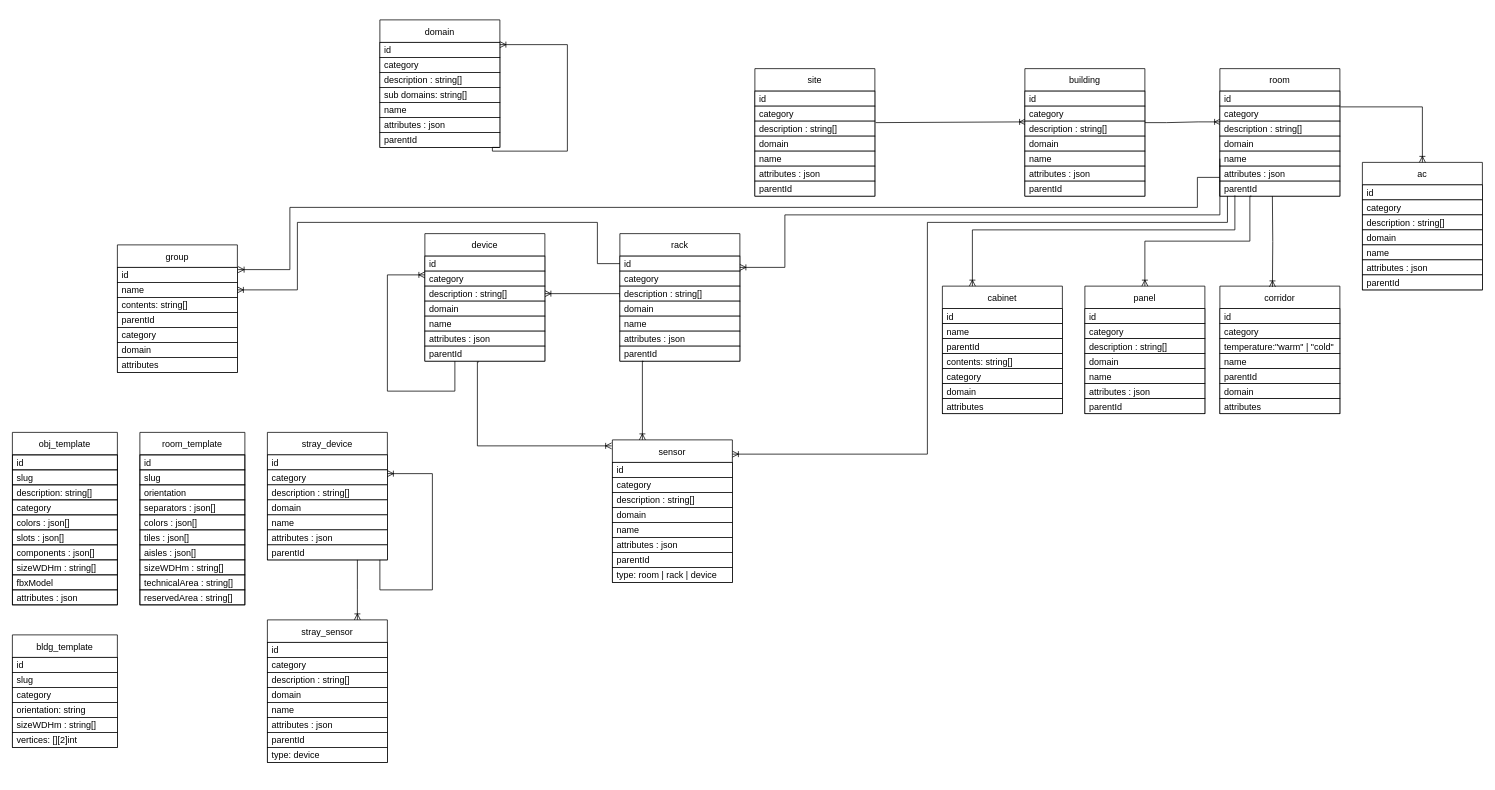
The draw.io diagram resources/diagrams/DB.drawio in ditrit/OGrEE-Core, before the edit. Source tidied: cells renumbered, new cells numbered last; positions are measured from the earlier drawing's top-left corner, leaving out a move shared by most shapes. Both pictures are drawn from the tidied source at 75%, with x=0, y=0 at pixel (12, 20).
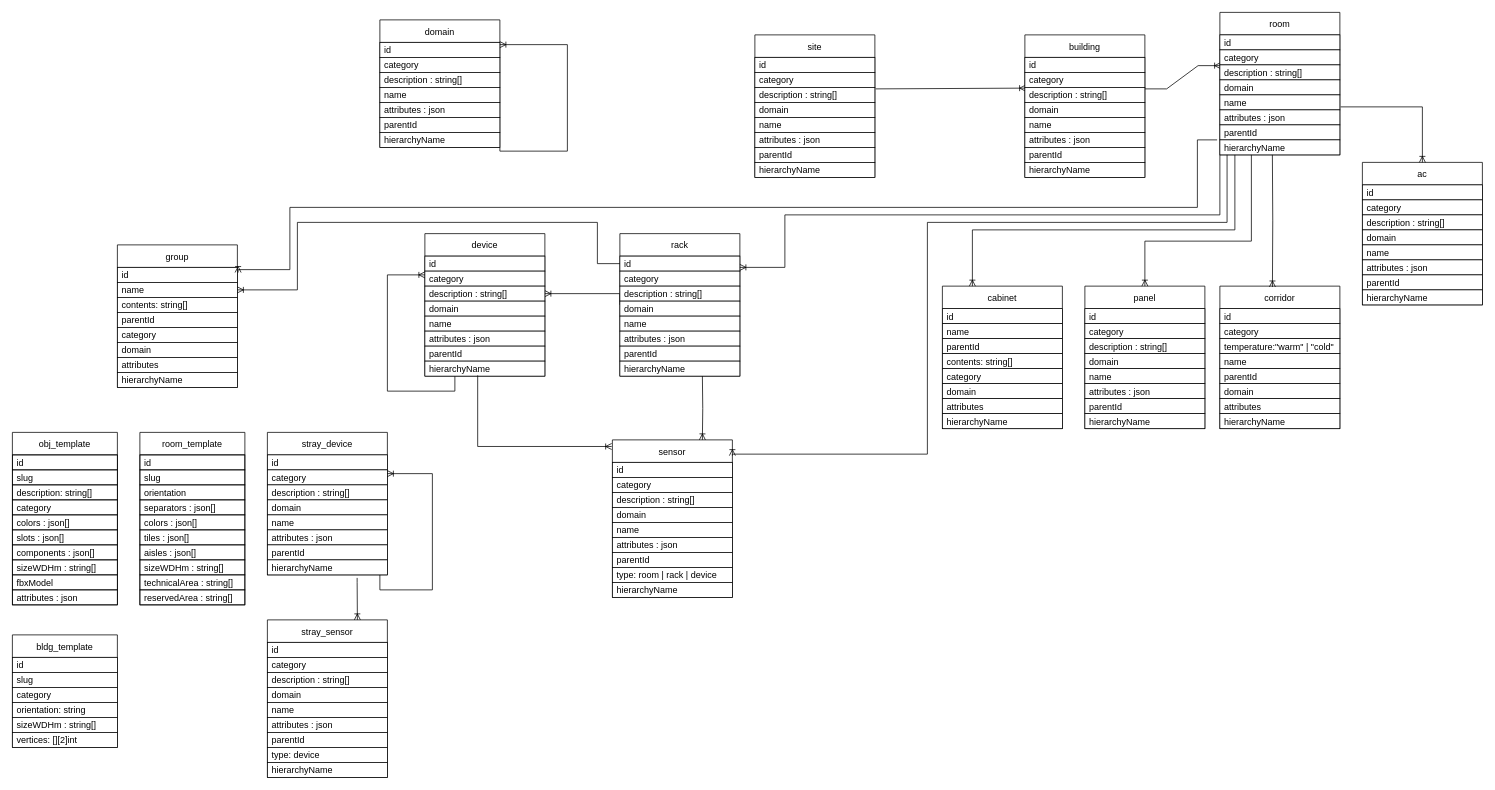
After the change.

Unchanged cells that the change refers to:
```xml
<mxCell id="33" value="category" style="text;strokeColor=default;fillColor=default;align=left;verticalAlign=middle;spacingLeft=4;spacingRight=4;overflow=hidden;points=[[0,0.5],[1,0.5]];portConstraint=eastwest;fontColor=default;" parent="31" vertex="1">
  <mxGeometry y="50" width="160" height="20" as="geometry" />
</mxCell>
<mxCell id="36" value="name" style="text;strokeColor=default;fillColor=default;align=left;verticalAlign=middle;spacingLeft=4;spacingRight=4;overflow=hidden;points=[[0,0.5],[1,0.5]];portConstraint=eastwest;fontColor=default;" parent="31" vertex="1">
  <mxGeometry y="110" width="160" height="20" as="geometry" />
</mxCell>
<mxCell id="41" value="parentId" style="text;strokeColor=default;fillColor=default;align=left;verticalAlign=middle;spacingLeft=4;spacingRight=4;overflow=hidden;points=[[0,0.5],[1,0.5]];portConstraint=eastwest;fontColor=default;" parent="31" vertex="1">
  <mxGeometry y="150" width="160" height="20" as="geometry" />
</mxCell>
<mxCell id="50" value="parentId" style="text;strokeColor=default;fillColor=default;align=left;verticalAlign=middle;spacingLeft=4;spacingRight=4;overflow=hidden;points=[[0,0.5],[1,0.5]];portConstraint=eastwest;fontColor=default;" parent="43" vertex="1">
  <mxGeometry y="150" width="160" height="20" as="geometry" />
</mxCell>
<mxCell id="58" value="parentId" style="text;strokeColor=default;fillColor=default;align=left;verticalAlign=middle;spacingLeft=4;spacingRight=4;overflow=hidden;points=[[0,0.5],[1,0.5]];portConstraint=eastwest;fontColor=default;" parent="51" vertex="1">
  <mxGeometry y="150" width="160" height="20" as="geometry" />
</mxCell>
<mxCell id="163" value="domain" style="swimlane;fontStyle=0;horizontal=1;startSize=30;fillColor=default;strokeColor=default;fontColor=default;" parent="1" vertex="1">
  <mxGeometry x="490" width="160" height="170" as="geometry" />
</mxCell>
<mxCell id="164" value="id" style="text;strokeColor=default;fillColor=default;align=left;verticalAlign=middle;spacingLeft=4;spacingRight=4;overflow=hidden;points=[[0,0.5],[1,0.5]];portConstraint=eastwest;fontColor=default;" parent="163" vertex="1">
  <mxGeometry y="30" width="160" height="20" as="geometry" />
</mxCell>
```

Diff of the diagram source:
```diff
@@
     <mxCell id="15" value="site" style="swimlane;fontStyle=0;horizontal=1;startSize=30;fillColor=default;strokeColor=default;fontColor=default;" parent="1" vertex="1">
-      <mxGeometry x="990" y="65" width="160" height="170" as="geometry" />
+      <mxGeometry x="990" y="20" width="160" height="190" as="geometry" />
     </mxCell>
@@
+    <mxCell id="172" value="hierarchyName" style="text;strokeColor=default;fillColor=default;align=left;verticalAlign=middle;spacingLeft=4;spacingRight=4;overflow=hidden;fontColor=default;" parent="15" vertex="1">
+      <mxGeometry y="170" width="160" height="20" as="geometry" />
+    </mxCell>
     <mxCell id="23" value="building" style="swimlane;fontStyle=0;horizontal=1;startSize=30;fillColor=default;strokeColor=default;fontColor=default;" parent="1" vertex="1">
-      <mxGeometry x="1350" y="65" width="160" height="170" as="geometry" />
+      <mxGeometry x="1350" y="20" width="160" height="190" as="geometry" />
     </mxCell>
@@
+    <mxCell id="173" value="hierarchyName" style="text;strokeColor=default;fillColor=default;align=left;verticalAlign=middle;spacingLeft=4;spacingRight=4;overflow=hidden;fontColor=default;" parent="23" vertex="1">
+      <mxGeometry y="170" width="160" height="20" as="geometry" />
+    </mxCell>
     <mxCell id="31" value="room" style="swimlane;fontStyle=0;horizontal=1;startSize=30;fillColor=default;strokeColor=default;fontColor=default;" parent="1" vertex="1">
-      <mxGeometry x="1610" y="65" width="160" height="170" as="geometry" />
+      <mxGeometry x="1610" y="-10" width="160" height="190" as="geometry" />
     </mxCell>
@@
+    <mxCell id="174" value="hierarchyName" style="text;strokeColor=default;fillColor=default;align=left;verticalAlign=middle;spacingLeft=4;spacingRight=4;overflow=hidden;points=[[0,0.5],[1,0.5]];portConstraint=eastwest;fontColor=default;" parent="31" vertex="1">
+      <mxGeometry y="170" width="160" height="20" as="geometry" />
+    </mxCell>
@@
     <mxCell id="43" value="rack" style="swimlane;fontStyle=0;horizontal=1;startSize=30;fillColor=default;strokeColor=default;fontColor=default;" parent="1" vertex="1">
-      <mxGeometry x="810" y="285" width="160" height="170" as="geometry" />
+      <mxGeometry x="810" y="285" width="160" height="190" as="geometry" />
     </mxCell>
@@
+    <mxCell id="175" value="hierarchyName" style="text;strokeColor=default;fillColor=default;align=left;verticalAlign=middle;spacingLeft=4;spacingRight=4;overflow=hidden;fontColor=default;" parent="43" vertex="1">
+      <mxGeometry y="170" width="160" height="20" as="geometry" />
+    </mxCell>
     <mxCell id="51" value="device" style="swimlane;fontStyle=0;horizontal=1;startSize=30;fillColor=default;strokeColor=default;fontColor=default;" parent="1" vertex="1">
-      <mxGeometry x="550" y="285" width="160" height="170" as="geometry" />
+      <mxGeometry x="550" y="285" width="160" height="190" as="geometry" />
     </mxCell>
@@
+    <mxCell id="176" value="hierarchyName" style="text;strokeColor=default;fillColor=default;align=left;verticalAlign=middle;spacingLeft=4;spacingRight=4;overflow=hidden;points=[[0,0.5],[1,0.5]];portConstraint=eastwest;fontColor=default;" parent="51" vertex="1">
+      <mxGeometry y="170" width="160" height="20" as="geometry" />
+    </mxCell>
-    <mxCell id="60" style="endArrow=ERoneToMany;html=1;rounded=0;labelBackgroundColor=default;fontColor=default;strokeColor=default;edgeStyle=orthogonalEdgeStyle;endFill=0;exitX=0;exitY=0.5;exitDx=0;exitDy=0;" parent="1" edge="1" source="36">
+    <mxCell id="60" style="endArrow=ERoneToMany;html=1;rounded=0;labelBackgroundColor=default;fontColor=default;strokeColor=default;edgeStyle=orthogonalEdgeStyle;endFill=0;" parent="1" edge="1">
       <mxGeometry relative="1" as="geometry">
+        <mxPoint x="1610" y="180" as="sourcePoint" />
         <mxPoint x="970" y="330" as="targetPoint" />
         <Array as="points">
           <mxPoint x="1610" y="260" />
           <mxPoint x="1030" y="260" />
           <mxPoint x="1030" y="330" />
         </Array>
       </mxGeometry>
     </mxCell>
@@
     <mxCell id="72" value="sensor" style="swimlane;fontStyle=0;horizontal=1;startSize=30;fillColor=default;strokeColor=default;fontColor=default;" parent="1" vertex="1">
-      <mxGeometry x="800" y="560" width="160" height="190" as="geometry" />
+      <mxGeometry x="800" y="560" width="160" height="210" as="geometry" />
     </mxCell>
@@
-    <mxCell id="81" style="edgeStyle=orthogonalEdgeStyle;rounded=0;jettySize=auto;html=1;entryX=0.25;entryY=0;entryDx=0;entryDy=0;labelBackgroundColor=default;fontColor=default;endArrow=ERoneToMany;endFill=0;strokeColor=default;exitX=0.194;exitY=1.05;exitDx=0;exitDy=0;exitPerimeter=0;" parent="1" edge="1" source="50" target="72">
-      <mxGeometry relative="1" as="geometry">
-        <Array as="points">
-          <mxPoint x="841" y="455" />
-          <mxPoint x="840" y="455" />
-        </Array>
-      </mxGeometry>
-    </mxCell>
+    <mxCell id="177" value="hierarchyName" style="text;strokeColor=default;fillColor=default;align=left;verticalAlign=middle;spacingLeft=4;spacingRight=4;overflow=hidden;fontColor=default;" parent="72" vertex="1">
+      <mxGeometry y="190" width="160" height="20" as="geometry" />
+    </mxCell>
-    <mxCell id="82" style="edgeStyle=orthogonalEdgeStyle;rounded=0;jettySize=auto;html=1;labelBackgroundColor=default;fontColor=default;endArrow=ERoneToMany;endFill=0;strokeColor=default;entryX=1;entryY=0.1;entryDx=0;entryDy=0;exitX=0.063;exitY=1;exitDx=0;exitDy=0;exitPerimeter=0;entryPerimeter=0;" parent="1" edge="1" source="41" target="72">
+    <mxCell id="82" style="edgeStyle=orthogonalEdgeStyle;rounded=0;jettySize=auto;html=1;labelBackgroundColor=default;fontColor=default;endArrow=ERoneToMany;endFill=0;strokeColor=default;entryX=1;entryY=0.1;entryDx=0;entryDy=0;exitX=0.06;exitY=1;exitDx=0;exitDy=0;exitPerimeter=0;entryPerimeter=0;" parent="1" edge="1" source="174" target="72">
       <mxGeometry relative="1" as="geometry">
         <Array as="points">
           <mxPoint x="1620" y="270" />
           <mxPoint x="1220" y="270" />
           <mxPoint x="1220" y="579" />
         </Array>
       </mxGeometry>
     </mxCell>
     <mxCell id="83" value="ac" style="swimlane;fontStyle=0;horizontal=1;startSize=30;fillColor=default;strokeColor=default;fontColor=default;" parent="1" vertex="1">
-      <mxGeometry x="1800" y="190" width="160" height="170" as="geometry" />
+      <mxGeometry x="1800" y="190" width="160" height="190" as="geometry" />
     </mxCell>
@@
+    <mxCell id="178" value="hierarchyName" style="text;strokeColor=default;fillColor=default;align=left;verticalAlign=middle;spacingLeft=4;spacingRight=4;overflow=hidden;fontColor=default;" parent="83" vertex="1">
+      <mxGeometry y="170" width="160" height="20" as="geometry" />
+    </mxCell>
     <mxCell id="92" value="corridor" style="swimlane;fontStyle=0;horizontal=1;startSize=30;fillColor=default;strokeColor=default;fontColor=default;" parent="1" vertex="1">
-      <mxGeometry x="1610" y="355" width="160" height="170" as="geometry" />
+      <mxGeometry x="1610" y="355" width="160" height="190" as="geometry" />
     </mxCell>
@@
+    <mxCell id="179" value="hierarchyName" style="text;strokeColor=default;fillColor=default;align=left;verticalAlign=middle;spacingLeft=4;spacingRight=4;overflow=hidden;fontColor=default;" parent="92" vertex="1">
+      <mxGeometry y="170" width="160" height="20" as="geometry" />
+    </mxCell>
     <mxCell id="102" value="group" style="swimlane;fontStyle=0;horizontal=1;startSize=30;fillColor=default;strokeColor=default;fontColor=default;" parent="1" vertex="1">
-      <mxGeometry x="140" y="300" width="160" height="170" as="geometry" />
+      <mxGeometry x="140" y="300" width="160" height="190" as="geometry" />
     </mxCell>
@@
+    <mxCell id="180" value="hierarchyName" style="text;strokeColor=default;fillColor=default;align=left;verticalAlign=middle;spacingLeft=4;spacingRight=4;overflow=hidden;fontColor=default;" parent="102" vertex="1">
+      <mxGeometry y="170" width="160" height="20" as="geometry" />
+    </mxCell>
     <mxCell id="112" value="cabinet" style="swimlane;fontStyle=0;horizontal=1;startSize=30;fillColor=default;strokeColor=default;fontColor=default;" parent="1" vertex="1">
-      <mxGeometry x="1240" y="355" width="160" height="170" as="geometry" />
+      <mxGeometry x="1240" y="355" width="160" height="190" as="geometry" />
     </mxCell>
@@
+    <mxCell id="181" value="hierarchyName" style="text;strokeColor=default;fillColor=default;align=left;verticalAlign=middle;spacingLeft=4;spacingRight=4;overflow=hidden;fontColor=default;" parent="112" vertex="1">
+      <mxGeometry y="170" width="160" height="20" as="geometry" />
+    </mxCell>
     <mxCell id="122" value="panel" style="swimlane;fontStyle=0;horizontal=1;startSize=30;fillColor=default;strokeColor=default;fontColor=default;" parent="1" vertex="1">
-      <mxGeometry x="1430" y="355" width="160" height="170" as="geometry" />
+      <mxGeometry x="1430" y="355" width="160" height="190" as="geometry" />
     </mxCell>
@@
+    <mxCell id="182" value="hierarchyName" style="text;strokeColor=default;fillColor=default;align=left;verticalAlign=middle;spacingLeft=4;spacingRight=4;overflow=hidden;fontColor=default;" parent="122" vertex="1">
+      <mxGeometry y="170" width="160" height="20" as="geometry" />
+    </mxCell>
-    <mxCell id="130" style="endArrow=ERoneToMany;html=1;rounded=0;labelBackgroundColor=default;fontColor=default;strokeColor=default;edgeStyle=orthogonalEdgeStyle;endFill=0;exitX=0.125;exitY=0.95;exitDx=0;exitDy=0;entryX=0.25;entryY=0;entryDx=0;entryDy=0;exitPerimeter=0;" parent="1" edge="1" source="41" target="112">
+    <mxCell id="130" style="endArrow=ERoneToMany;html=1;rounded=0;labelBackgroundColor=default;fontColor=default;strokeColor=default;edgeStyle=orthogonalEdgeStyle;endFill=0;entryX=0.25;entryY=0;entryDx=0;entryDy=0;" parent="1" edge="1" target="112">
       <mxGeometry relative="1" as="geometry">
+        <mxPoint x="1630" y="180" as="sourcePoint" />
         <Array as="points">
           <mxPoint x="1630" y="280" />
           <mxPoint x="1280" y="280" />
         </Array>
       </mxGeometry>
     </mxCell>
-    <mxCell id="131" style="endArrow=ERoneToMany;html=1;rounded=0;labelBackgroundColor=default;fontColor=default;strokeColor=default;edgeStyle=orthogonalEdgeStyle;endFill=0;exitX=1.006;exitY=0.05;exitDx=0;exitDy=0;exitPerimeter=0;entryX=0.5;entryY=0;entryDx=0;entryDy=0;" parent="1" edge="1" source="33" target="83">
+    <mxCell id="131" style="endArrow=ERoneToMany;html=1;rounded=0;labelBackgroundColor=default;fontColor=default;strokeColor=default;edgeStyle=orthogonalEdgeStyle;endFill=0;entryX=0.5;entryY=0;entryDx=0;entryDy=0;" parent="1" edge="1" target="83">
       <mxGeometry relative="1" as="geometry">
+        <mxPoint x="1771" y="116" as="sourcePoint" />
         <Array as="points">
           <mxPoint x="1880" y="116" />
         </Array>
       </mxGeometry>
     </mxCell>
-    <mxCell id="132" style="endArrow=ERoneToMany;html=1;rounded=0;labelBackgroundColor=default;fontColor=default;strokeColor=default;edgeStyle=orthogonalEdgeStyle;endFill=0;entryX=0.5;entryY=0;entryDx=0;entryDy=0;exitX=0.263;exitY=1;exitDx=0;exitDy=0;exitPerimeter=0;" parent="1" edge="1" source="41" target="122">
+    <mxCell id="132" style="endArrow=ERoneToMany;html=1;rounded=0;labelBackgroundColor=default;fontColor=default;strokeColor=default;edgeStyle=orthogonalEdgeStyle;endFill=0;entryX=0.5;entryY=0;entryDx=0;entryDy=0;" parent="1" edge="1" target="122">
       <mxGeometry relative="1" as="geometry">
+        <mxPoint x="1652" y="180" as="sourcePoint" />
         <Array as="points">
-          <mxPoint x="1650" y="235" />
-          <mxPoint x="1650" y="295" />
+          <mxPoint x="1652" y="295" />
           <mxPoint x="1510" y="295" />
         </Array>
       </mxGeometry>
     </mxCell>
     <mxCell id="133" style="endArrow=ERoneToMany;html=1;rounded=0;labelBackgroundColor=default;fontColor=default;strokeColor=default;edgeStyle=orthogonalEdgeStyle;endFill=0;entryX=0.438;entryY=0.006;entryDx=0;entryDy=0;entryPerimeter=0;" parent="1" edge="1" target="92">
       <mxGeometry relative="1" as="geometry">
-        <mxPoint x="1680" y="235" as="sourcePoint" />
+        <mxPoint x="1680" y="180" as="sourcePoint" />
       </mxGeometry>
     </mxCell>
-    <mxCell id="134" style="edgeStyle=orthogonalEdgeStyle;rounded=0;jettySize=auto;html=1;labelBackgroundColor=default;fontColor=default;endArrow=ERoneToMany;endFill=0;strokeColor=default;entryX=-0.006;entryY=0.042;entryDx=0;entryDy=0;entryPerimeter=0;exitX=0.45;exitY=1.05;exitDx=0;exitDy=0;exitPerimeter=0;" parent="1" edge="1" source="58" target="72">
+    <mxCell id="134" style="edgeStyle=orthogonalEdgeStyle;rounded=0;jettySize=auto;html=1;labelBackgroundColor=default;fontColor=default;endArrow=ERoneToMany;endFill=0;strokeColor=default;entryX=-0.006;entryY=0.042;entryDx=0;entryDy=0;entryPerimeter=0;exitX=0.44;exitY=0.95;exitDx=0;exitDy=0;exitPerimeter=0;" parent="1" edge="1" source="176" target="72">
       <mxGeometry relative="1" as="geometry">
         <Array as="points">
-          <mxPoint x="620" y="456" />
-          <mxPoint x="620" y="568" />
+          <mxPoint x="620" y="569" />
         </Array>
       </mxGeometry>
     </mxCell>
@@
-    <mxCell id="136" style="edgeStyle=orthogonalEdgeStyle;rounded=0;jettySize=auto;html=1;labelBackgroundColor=default;fontColor=default;endArrow=ERoneToMany;endFill=0;strokeColor=default;entryX=1.006;entryY=0.194;entryDx=0;entryDy=0;entryPerimeter=0;" parent="1" edge="1" target="102">
+    <mxCell id="136" style="edgeStyle=orthogonalEdgeStyle;rounded=0;jettySize=auto;html=1;labelBackgroundColor=default;fontColor=default;endArrow=ERoneToMany;endFill=0;strokeColor=default;entryX=1.006;entryY=0.194;entryDx=0;entryDy=0;entryPerimeter=0;exitX=-0.023;exitY=0;exitDx=0;exitDy=0;exitPerimeter=0;" parent="1" edge="1" source="174" target="102">
       <mxGeometry relative="1" as="geometry">
-        <mxPoint x="1610" y="210" as="sourcePoint" />
         <Array as="points">
-          <mxPoint x="1580" y="210" />
+          <mxPoint x="1580" y="160" />
           <mxPoint x="1580" y="250" />
           <mxPoint x="370" y="250" />
           <mxPoint x="370" y="333" />
         </Array>
       </mxGeometry>
     </mxCell>
     <mxCell id="137" value="stray_device" style="swimlane;fontStyle=0;horizontal=1;startSize=30;fillColor=default;strokeColor=default;fontColor=default;" parent="1" vertex="1">
-      <mxGeometry x="340" y="550" width="160" height="170" as="geometry" />
+      <mxGeometry x="340" y="550" width="160" height="190" as="geometry" />
     </mxCell>
@@
+    <mxCell id="183" value="hierarchyName" style="text;strokeColor=default;fillColor=default;align=left;verticalAlign=middle;spacingLeft=4;spacingRight=4;overflow=hidden;points=[[0,0.5],[1,0.5]];portConstraint=eastwest;fontColor=default;" parent="137" vertex="1">
+      <mxGeometry y="170" width="160" height="20" as="geometry" />
+    </mxCell>
     <mxCell id="146" value="stray_sensor" style="swimlane;fontStyle=0;horizontal=1;startSize=30;fillColor=default;strokeColor=default;fontColor=default;" parent="1" vertex="1">
-      <mxGeometry x="340" y="800" width="160" height="190" as="geometry" />
+      <mxGeometry x="340" y="800" width="160" height="210" as="geometry" />
     </mxCell>
@@
+    <mxCell id="184" value="hierarchyName" style="text;strokeColor=default;fillColor=default;align=left;verticalAlign=middle;spacingLeft=4;spacingRight=4;overflow=hidden;fontColor=default;" parent="146" vertex="1">
+      <mxGeometry y="190" width="160" height="20" as="geometry" />
+    </mxCell>
-    <mxCell id="155" style="endArrow=ERoneToMany;html=1;rounded=0;labelBackgroundColor=default;fontColor=default;strokeColor=default;edgeStyle=orthogonalEdgeStyle;endFill=0;exitX=0.5;exitY=1;exitDx=0;exitDy=0;entryX=0.75;entryY=0;entryDx=0;entryDy=0;" parent="1" edge="1" target="146">
+    <mxCell id="155" style="endArrow=ERoneToMany;html=1;rounded=0;labelBackgroundColor=default;fontColor=default;strokeColor=default;edgeStyle=orthogonalEdgeStyle;endFill=0;entryX=0.75;entryY=0;entryDx=0;entryDy=0;exitX=0.748;exitY=1.2;exitDx=0;exitDy=0;exitPerimeter=0;" parent="1" edge="1" source="183" target="146">
       <mxGeometry relative="1" as="geometry">
-        <mxPoint x="460" y="720" as="sourcePoint" />
         <Array as="points">
-          <mxPoint x="460" y="760" />
-          <mxPoint x="460" y="760" />
+          <mxPoint x="460" y="750" />
+          <mxPoint x="460" y="750" />
         </Array>
       </mxGeometry>
     </mxCell>
@@
-    <mxCell id="167" value="sub domains: string[]" style="text;strokeColor=default;fillColor=default;align=left;verticalAlign=middle;spacingLeft=4;spacingRight=4;overflow=hidden;fontColor=default;" parent="163" vertex="1">
-      <mxGeometry y="90" width="160" height="20" as="geometry" />
-    </mxCell>
     <mxCell id="168" value="name" style="text;strokeColor=default;fillColor=default;align=left;verticalAlign=middle;spacingLeft=4;spacingRight=4;overflow=hidden;fontColor=default;" parent="163" vertex="1">
-      <mxGeometry y="110" width="160" height="20" as="geometry" />
+      <mxGeometry y="90" width="160" height="20" as="geometry" />
     </mxCell>
     <mxCell id="169" value="attributes : json" style="text;strokeColor=default;fillColor=default;align=left;verticalAlign=middle;spacingLeft=4;spacingRight=4;overflow=hidden;fontColor=default;" parent="163" vertex="1">
-      <mxGeometry y="130" width="160" height="20" as="geometry" />
+      <mxGeometry y="110" width="160" height="20" as="geometry" />
     </mxCell>
     <mxCell id="170" value="parentId" style="text;strokeColor=default;fillColor=default;align=left;verticalAlign=middle;spacingLeft=4;spacingRight=4;overflow=hidden;points=[[0,0.5],[1,0.5]];portConstraint=eastwest;fontColor=default;" parent="163" vertex="1">
-      <mxGeometry y="150" width="160" height="20" as="geometry" />
+      <mxGeometry y="130" width="160" height="20" as="geometry" />
     </mxCell>
     <mxCell id="171" style="edgeStyle=orthogonalEdgeStyle;rounded=0;jettySize=auto;html=1;labelBackgroundColor=default;fontColor=default;endArrow=ERoneToMany;endFill=0;strokeColor=default;exitX=0.994;exitY=1;exitDx=0;exitDy=0;exitPerimeter=0;entryX=1;entryY=0.15;entryDx=0;entryDy=0;entryPerimeter=0;" parent="163" edge="1" source="170" target="164">
       <mxGeometry relative="1" as="geometry">
         <Array as="points">
-          <mxPoint x="150" y="170" />
-          <mxPoint x="150" y="175" />
+          <mxPoint x="159" y="170" />
+          <mxPoint x="160" y="170" />
+          <mxPoint x="160" y="175" />
           <mxPoint x="250" y="175" />
           <mxPoint x="250" y="33" />
         </Array>
       </mxGeometry>
     </mxCell>
+    <mxCell id="185" value="hierarchyName" style="text;strokeColor=default;fillColor=default;align=left;verticalAlign=middle;spacingLeft=4;spacingRight=4;overflow=hidden;fontColor=default;" parent="163" vertex="1">
+      <mxGeometry y="150" width="160" height="20" as="geometry" />
+    </mxCell>
+    <mxCell id="186" style="endArrow=ERoneToMany;html=1;rounded=0;labelBackgroundColor=default;fontColor=default;strokeColor=default;edgeStyle=orthogonalEdgeStyle;endFill=0;entryX=0.75;entryY=0;entryDx=0;entryDy=0;" parent="1" edge="1" target="72">
+      <mxGeometry relative="1" as="geometry">
+        <mxPoint x="920" y="475" as="sourcePoint" />
+      </mxGeometry>
+    </mxCell>
```
